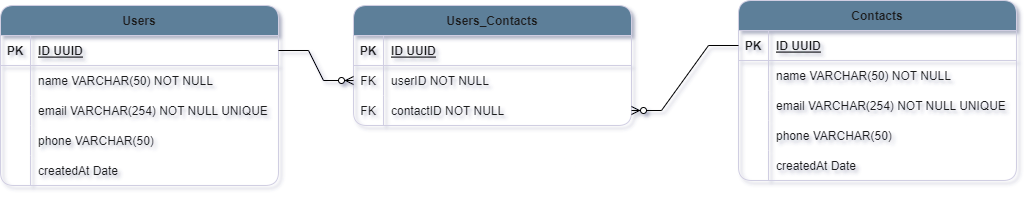
Above: Contact-Book-diagram.png in henriquejesus128/Contact-Book-API (draw.io), before the change. Source tidied: cells renumbered, new cells last; positions are measured from the earlier drawing's top-left corner, leaving out a move shared by most shapes. Its diagram source:
```xml
<mxGraphModel background="#ffffff" shadow="1">
  <root>
    <mxCell id="0" />
    <mxCell id="1" parent="0" />
    <mxCell id="2" value="Users" style="shape=table;startSize=30;rowLines=0;fontStyle=1;align=center;labelBackgroundColor=none;fillColor=#5D7F99;strokeColor=#D0CEE2;fontColor=#1A1A1A;rounded=1;" parent="1" vertex="1">
      <mxGeometry y="5" width="278" height="180" as="geometry" />
    </mxCell>
    <mxCell id="3" style="shape=partialRectangle;fillColor=none;points=[[0,0.5],[1,0.5]];portConstraint=eastwest;top=0;left=0;right=0;bottom=1;labelBackgroundColor=none;strokeColor=#D0CEE2;fontColor=#1A1A1A;rounded=1;" parent="2" vertex="1">
      <mxGeometry y="30" width="278" height="30" as="geometry" />
    </mxCell>
    <mxCell id="4" value="PK" style="shape=partialRectangle;overflow=hidden;fillColor=none;top=0;left=0;bottom=0;right=0;fontStyle=1;labelBackgroundColor=none;strokeColor=#D0CEE2;fontColor=#1A1A1A;rounded=1;" parent="3" vertex="1">
      <mxGeometry width="30" height="30" as="geometry" />
    </mxCell>
    <mxCell id="5" value="ID UUID" style="shape=partialRectangle;overflow=hidden;fillColor=none;top=0;left=0;bottom=0;right=0;align=left;spacingLeft=6;fontStyle=5;labelBackgroundColor=none;strokeColor=#D0CEE2;fontColor=#1A1A1A;rounded=1;" parent="3" vertex="1">
      <mxGeometry x="30" width="248" height="30" as="geometry" />
    </mxCell>
    <mxCell id="6" style="shape=partialRectangle;fillColor=none;top=0;left=0;right=0;bottom=0;labelBackgroundColor=none;strokeColor=#D0CEE2;fontColor=#1A1A1A;rounded=1;" parent="2" vertex="1">
      <mxGeometry y="60" width="278" height="30" as="geometry" />
    </mxCell>
    <mxCell id="7" style="shape=partialRectangle;overflow=hidden;fillColor=none;top=0;left=0;bottom=0;right=0;labelBackgroundColor=none;strokeColor=#D0CEE2;fontColor=#1A1A1A;rounded=1;" parent="6" vertex="1">
      <mxGeometry width="30" height="30" as="geometry" />
    </mxCell>
    <mxCell id="8" value="name VARCHAR(50) NOT NULL" style="shape=partialRectangle;overflow=hidden;fillColor=none;top=0;left=0;bottom=0;right=0;align=left;spacingLeft=6;labelBackgroundColor=none;strokeColor=#D0CEE2;fontColor=#1A1A1A;rounded=1;" parent="6" vertex="1">
      <mxGeometry x="30" width="248" height="30" as="geometry" />
    </mxCell>
    <mxCell id="9" style="shape=partialRectangle;fillColor=none;top=0;left=0;right=0;bottom=0;labelBackgroundColor=none;strokeColor=#D0CEE2;fontColor=#1A1A1A;rounded=1;" parent="2" vertex="1">
      <mxGeometry y="90" width="278" height="30" as="geometry" />
    </mxCell>
    <mxCell id="10" style="shape=partialRectangle;overflow=hidden;fillColor=none;top=0;left=0;bottom=0;right=0;labelBackgroundColor=none;strokeColor=#D0CEE2;fontColor=#1A1A1A;rounded=1;" parent="9" vertex="1">
      <mxGeometry width="30" height="30" as="geometry" />
    </mxCell>
    <mxCell id="11" value="email VARCHAR(254) NOT NULL UNIQUE" style="shape=partialRectangle;overflow=hidden;fillColor=none;top=0;left=0;bottom=0;right=0;align=left;spacingLeft=6;labelBackgroundColor=none;strokeColor=#D0CEE2;fontColor=#1A1A1A;rounded=1;" parent="9" vertex="1">
      <mxGeometry x="30" width="248" height="30" as="geometry" />
    </mxCell>
    <mxCell id="12" style="shape=partialRectangle;fillColor=none;top=0;left=0;right=0;bottom=0;labelBackgroundColor=none;strokeColor=#D0CEE2;fontColor=#1A1A1A;rounded=1;" parent="2" vertex="1">
      <mxGeometry y="120" width="278" height="30" as="geometry" />
    </mxCell>
    <mxCell id="13" style="shape=partialRectangle;overflow=hidden;fillColor=none;top=0;left=0;bottom=0;right=0;labelBackgroundColor=none;strokeColor=#D0CEE2;fontColor=#1A1A1A;rounded=1;" parent="12" vertex="1">
      <mxGeometry width="30" height="30" as="geometry" />
    </mxCell>
    <mxCell id="14" value="phone VARCHAR(50)" style="shape=partialRectangle;overflow=hidden;fillColor=none;top=0;left=0;bottom=0;right=0;align=left;spacingLeft=6;labelBackgroundColor=none;strokeColor=#D0CEE2;fontColor=#1A1A1A;rounded=1;" parent="12" vertex="1">
      <mxGeometry x="30" width="248" height="30" as="geometry" />
    </mxCell>
    <mxCell id="15" style="shape=partialRectangle;fillColor=none;top=0;left=0;right=0;bottom=0;labelBackgroundColor=none;strokeColor=#D0CEE2;fontColor=#1A1A1A;rounded=1;" parent="2" vertex="1">
      <mxGeometry y="150" width="278" height="30" as="geometry" />
    </mxCell>
    <mxCell id="16" style="shape=partialRectangle;overflow=hidden;fillColor=none;top=0;left=0;bottom=0;right=0;labelBackgroundColor=none;strokeColor=#D0CEE2;fontColor=#1A1A1A;rounded=1;" parent="15" vertex="1">
      <mxGeometry width="30" height="30" as="geometry" />
    </mxCell>
    <mxCell id="17" value="createdAt Date" style="shape=partialRectangle;overflow=hidden;fillColor=none;top=0;left=0;bottom=0;right=0;align=left;spacingLeft=6;labelBackgroundColor=none;strokeColor=#D0CEE2;fontColor=#1A1A1A;rounded=1;" parent="15" vertex="1">
      <mxGeometry x="30" width="248" height="30" as="geometry" />
    </mxCell>
    <mxCell id="18" value="Contacts" style="shape=table;startSize=30;rowLines=0;fontStyle=1;align=center;labelBackgroundColor=none;fillColor=#5D7F99;strokeColor=#D0CEE2;fontColor=#1A1A1A;rounded=1;" parent="1" vertex="1">
      <mxGeometry x="738" width="278" height="180" as="geometry" />
    </mxCell>
    <mxCell id="19" style="shape=partialRectangle;fillColor=none;points=[[0,0.5],[1,0.5]];portConstraint=eastwest;top=0;left=0;right=0;bottom=1;labelBackgroundColor=none;strokeColor=#D0CEE2;fontColor=#1A1A1A;rounded=1;" parent="18" vertex="1">
      <mxGeometry y="30" width="278" height="30" as="geometry" />
    </mxCell>
    <mxCell id="20" value="PK" style="shape=partialRectangle;overflow=hidden;fillColor=none;top=0;left=0;bottom=0;right=0;fontStyle=1;labelBackgroundColor=none;strokeColor=#D0CEE2;fontColor=#1A1A1A;rounded=1;" parent="19" vertex="1">
      <mxGeometry width="30" height="30" as="geometry" />
    </mxCell>
    <mxCell id="21" value="ID UUID" style="shape=partialRectangle;overflow=hidden;fillColor=none;top=0;left=0;bottom=0;right=0;align=left;spacingLeft=6;fontStyle=5;labelBackgroundColor=none;strokeColor=#D0CEE2;fontColor=#1A1A1A;rounded=1;" parent="19" vertex="1">
      <mxGeometry x="30" width="248" height="30" as="geometry" />
    </mxCell>
    <mxCell id="22" style="shape=partialRectangle;fillColor=none;top=0;left=0;right=0;bottom=0;labelBackgroundColor=none;strokeColor=#D0CEE2;fontColor=#1A1A1A;rounded=1;" parent="18" vertex="1">
      <mxGeometry y="60" width="278" height="30" as="geometry" />
    </mxCell>
    <mxCell id="23" style="shape=partialRectangle;overflow=hidden;fillColor=none;top=0;left=0;bottom=0;right=0;labelBackgroundColor=none;strokeColor=#D0CEE2;fontColor=#1A1A1A;rounded=1;" parent="22" vertex="1">
      <mxGeometry width="30" height="30" as="geometry" />
    </mxCell>
    <mxCell id="24" value="name VARCHAR(50) NOT NULL" style="shape=partialRectangle;overflow=hidden;fillColor=none;top=0;left=0;bottom=0;right=0;align=left;spacingLeft=6;labelBackgroundColor=none;strokeColor=#D0CEE2;fontColor=#1A1A1A;rounded=1;" parent="22" vertex="1">
      <mxGeometry x="30" width="248" height="30" as="geometry" />
    </mxCell>
    <mxCell id="25" style="shape=partialRectangle;fillColor=none;top=0;left=0;right=0;bottom=0;labelBackgroundColor=none;strokeColor=#D0CEE2;fontColor=#1A1A1A;rounded=1;" parent="18" vertex="1">
      <mxGeometry y="90" width="278" height="30" as="geometry" />
    </mxCell>
    <mxCell id="26" style="shape=partialRectangle;overflow=hidden;fillColor=none;top=0;left=0;bottom=0;right=0;labelBackgroundColor=none;strokeColor=#D0CEE2;fontColor=#1A1A1A;rounded=1;" parent="25" vertex="1">
      <mxGeometry width="30" height="30" as="geometry" />
    </mxCell>
    <mxCell id="27" value="email VARCHAR(254) NOT NULL UNIQUE" style="shape=partialRectangle;overflow=hidden;fillColor=none;top=0;left=0;bottom=0;right=0;align=left;spacingLeft=6;labelBackgroundColor=none;strokeColor=#D0CEE2;fontColor=#1A1A1A;rounded=1;" parent="25" vertex="1">
      <mxGeometry x="30" width="248" height="30" as="geometry" />
    </mxCell>
    <mxCell id="28" style="shape=partialRectangle;fillColor=none;top=0;left=0;right=0;bottom=0;labelBackgroundColor=none;strokeColor=#D0CEE2;fontColor=#1A1A1A;rounded=1;" parent="18" vertex="1">
      <mxGeometry y="120" width="278" height="30" as="geometry" />
    </mxCell>
    <mxCell id="29" style="shape=partialRectangle;overflow=hidden;fillColor=none;top=0;left=0;bottom=0;right=0;labelBackgroundColor=none;strokeColor=#D0CEE2;fontColor=#1A1A1A;rounded=1;" parent="28" vertex="1">
      <mxGeometry width="30" height="30" as="geometry" />
    </mxCell>
    <mxCell id="30" value="phone VARCHAR(50)" style="shape=partialRectangle;overflow=hidden;fillColor=none;top=0;left=0;bottom=0;right=0;align=left;spacingLeft=6;labelBackgroundColor=none;strokeColor=#D0CEE2;fontColor=#1A1A1A;rounded=1;" parent="28" vertex="1">
      <mxGeometry x="30" width="248" height="30" as="geometry" />
    </mxCell>
    <mxCell id="31" style="shape=partialRectangle;fillColor=none;top=0;left=0;right=0;bottom=0;labelBackgroundColor=none;strokeColor=#D0CEE2;fontColor=#1A1A1A;rounded=1;" parent="18" vertex="1">
      <mxGeometry y="150" width="278" height="30" as="geometry" />
    </mxCell>
    <mxCell id="32" style="shape=partialRectangle;overflow=hidden;fillColor=none;top=0;left=0;bottom=0;right=0;labelBackgroundColor=none;strokeColor=#D0CEE2;fontColor=#1A1A1A;rounded=1;" parent="31" vertex="1">
      <mxGeometry width="30" height="30" as="geometry" />
    </mxCell>
    <mxCell id="33" value="createdAt Date" style="shape=partialRectangle;overflow=hidden;fillColor=none;top=0;left=0;bottom=0;right=0;align=left;spacingLeft=6;labelBackgroundColor=none;strokeColor=#D0CEE2;fontColor=#1A1A1A;rounded=1;" parent="31" vertex="1">
      <mxGeometry x="30" width="248" height="30" as="geometry" />
    </mxCell>
    <mxCell id="34" style="edgeStyle=entityRelationEdgeStyle;fontSize=12;html=1;endArrow=ERzeroToMany;endFill=1;rounded=0;entryX=-0.004;entryY=0.76;entryDx=0;entryDy=0;exitX=1;exitY=0.5;exitDx=0;exitDy=0;entryPerimeter=0;" parent="1" edge="1" source="x" target="39">
      <mxGeometry relative="1" as="geometry" />
    </mxCell>
    <mxCell id="35" value="Users_Contacts" style="shape=table;startSize=30;rowLines=0;fontStyle=1;align=center;labelBackgroundColor=none;fillColor=#5D7F99;strokeColor=#D0CEE2;fontColor=#1A1A1A;rounded=1;" parent="1" vertex="1">
      <mxGeometry x="353" y="5" width="278" height="120" as="geometry" />
    </mxCell>
    <mxCell id="36" style="shape=partialRectangle;fillColor=none;top=0;left=0;right=0;bottom=1;labelBackgroundColor=none;strokeColor=#D0CEE2;fontColor=#1A1A1A;rounded=1;" parent="35" vertex="1">
      <mxGeometry y="30" width="278" height="30" as="geometry" />
    </mxCell>
    <mxCell id="37" value="PK" style="shape=partialRectangle;overflow=hidden;fillColor=none;top=0;left=0;bottom=0;right=0;fontStyle=1;labelBackgroundColor=none;strokeColor=#D0CEE2;fontColor=#1A1A1A;rounded=1;" parent="36" vertex="1">
      <mxGeometry width="30" height="30" as="geometry" />
    </mxCell>
    <mxCell id="38" value="ID UUID" style="shape=partialRectangle;overflow=hidden;fillColor=none;top=0;left=0;bottom=0;right=0;align=left;spacingLeft=6;fontStyle=5;labelBackgroundColor=none;strokeColor=#D0CEE2;fontColor=#1A1A1A;rounded=1;" parent="36" vertex="1">
      <mxGeometry x="30" width="248" height="30" as="geometry" />
    </mxCell>
    <mxCell id="39" style="shape=partialRectangle;fillColor=none;points=[[0,0.5],[1,0.5]];portConstraint=eastwest;top=0;left=0;right=0;bottom=0;labelBackgroundColor=none;strokeColor=#D0CEE2;fontColor=#1A1A1A;rounded=1;" parent="35" vertex="1">
      <mxGeometry y="60" width="278" height="30" as="geometry" />
    </mxCell>
    <mxCell id="40" value="FK" style="shape=partialRectangle;overflow=hidden;fillColor=none;top=0;left=0;bottom=0;right=0;labelBackgroundColor=none;strokeColor=#D0CEE2;fontColor=#1A1A1A;rounded=1;" parent="39" vertex="1">
      <mxGeometry width="30" height="30" as="geometry" />
    </mxCell>
    <mxCell id="41" value="userID NOT NULL" style="shape=partialRectangle;overflow=hidden;fillColor=none;top=0;left=0;bottom=0;right=0;align=left;spacingLeft=6;labelBackgroundColor=none;strokeColor=#D0CEE2;fontColor=#1A1A1A;rounded=1;" parent="39" vertex="1">
      <mxGeometry x="30" width="248" height="30" as="geometry" />
    </mxCell>
    <mxCell id="42" style="shape=partialRectangle;fillColor=none;points=[[0,0.5],[1,0.5]];portConstraint=eastwest;top=0;left=0;right=0;bottom=0;labelBackgroundColor=none;strokeColor=#D0CEE2;fontColor=#1A1A1A;rounded=1;" parent="35" vertex="1">
      <mxGeometry y="90" width="278" height="30" as="geometry" />
    </mxCell>
    <mxCell id="43" value="FK" style="shape=partialRectangle;overflow=hidden;fillColor=none;top=0;left=0;bottom=0;right=0;labelBackgroundColor=none;strokeColor=#D0CEE2;fontColor=#1A1A1A;rounded=1;" parent="42" vertex="1">
      <mxGeometry width="30" height="30" as="geometry" />
    </mxCell>
    <mxCell id="44" value="contactID NOT NULL" style="shape=partialRectangle;overflow=hidden;fillColor=none;top=0;left=0;bottom=0;right=0;align=left;spacingLeft=6;labelBackgroundColor=none;strokeColor=#D0CEE2;fontColor=#1A1A1A;rounded=1;" parent="42" vertex="1">
      <mxGeometry x="30" width="248" height="30" as="geometry" />
    </mxCell>
    <mxCell id="45" style="edgeStyle=entityRelationEdgeStyle;fontSize=12;html=1;endArrow=ERzeroToMany;endFill=1;rounded=0;exitX=0;exitY=0.5;exitDx=0;exitDy=0;" parent="1" edge="1" source="19" target="42">
      <mxGeometry relative="1" as="geometry" />
    </mxCell>
    <mxCell id="46" style="edgeStyle=entityRelationEdgeStyle;fontSize=12;html=1;endArrow=ERzeroToMany;endFill=1;rounded=0;entryX=0;entryY=0.5;entryDx=0;entryDy=0;" parent="1" edge="1" source="3" target="39">
      <mxGeometry relative="1" as="geometry" />
    </mxCell>
  </root>
</mxGraphModel>
```
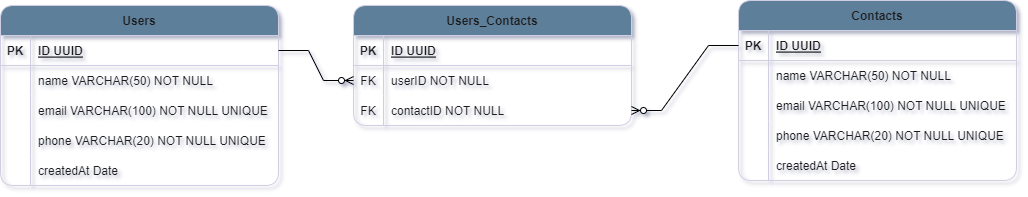
After the commit.

Change to the diagram source:
```diff
@@ -29,7 +29,7 @@
     <mxCell id="10" style="shape=partialRectangle;overflow=hidden;fillColor=none;top=0;left=0;bottom=0;right=0;labelBackgroundColor=none;strokeColor=#D0CEE2;fontColor=#1A1A1A;rounded=1;" parent="9" vertex="1">
       <mxGeometry width="30" height="30" as="geometry" />
     </mxCell>
-    <mxCell id="11" value="email VARCHAR(254) NOT NULL UNIQUE" style="shape=partialRectangle;overflow=hidden;fillColor=none;top=0;left=0;bottom=0;right=0;align=left;spacingLeft=6;labelBackgroundColor=none;strokeColor=#D0CEE2;fontColor=#1A1A1A;rounded=1;" parent="9" vertex="1">
+    <mxCell id="11" value="email VARCHAR(100) NOT NULL UNIQUE" style="shape=partialRectangle;overflow=hidden;fillColor=none;top=0;left=0;bottom=0;right=0;align=left;spacingLeft=6;labelBackgroundColor=none;strokeColor=#D0CEE2;fontColor=#1A1A1A;rounded=1;" parent="9" vertex="1">
       <mxGeometry x="30" width="248" height="30" as="geometry" />
     </mxCell>
     <mxCell id="12" style="shape=partialRectangle;fillColor=none;top=0;left=0;right=0;bottom=0;labelBackgroundColor=none;strokeColor=#D0CEE2;fontColor=#1A1A1A;rounded=1;" parent="2" vertex="1">
@@ -38,7 +38,7 @@
     <mxCell id="13" style="shape=partialRectangle;overflow=hidden;fillColor=none;top=0;left=0;bottom=0;right=0;labelBackgroundColor=none;strokeColor=#D0CEE2;fontColor=#1A1A1A;rounded=1;" parent="12" vertex="1">
       <mxGeometry width="30" height="30" as="geometry" />
     </mxCell>
-    <mxCell id="14" value="phone VARCHAR(50)" style="shape=partialRectangle;overflow=hidden;fillColor=none;top=0;left=0;bottom=0;right=0;align=left;spacingLeft=6;labelBackgroundColor=none;strokeColor=#D0CEE2;fontColor=#1A1A1A;rounded=1;" parent="12" vertex="1">
+    <mxCell id="14" value="phone VARCHAR(20) NOT NULL UNIQUE" style="shape=partialRectangle;overflow=hidden;fillColor=none;top=0;left=0;bottom=0;right=0;align=left;spacingLeft=6;labelBackgroundColor=none;strokeColor=#D0CEE2;fontColor=#1A1A1A;rounded=1;" parent="12" vertex="1">
       <mxGeometry x="30" width="248" height="30" as="geometry" />
     </mxCell>
     <mxCell id="15" style="shape=partialRectangle;fillColor=none;top=0;left=0;right=0;bottom=0;labelBackgroundColor=none;strokeColor=#D0CEE2;fontColor=#1A1A1A;rounded=1;" parent="2" vertex="1">
@@ -77,7 +77,7 @@
     <mxCell id="26" style="shape=partialRectangle;overflow=hidden;fillColor=none;top=0;left=0;bottom=0;right=0;labelBackgroundColor=none;strokeColor=#D0CEE2;fontColor=#1A1A1A;rounded=1;" parent="25" vertex="1">
       <mxGeometry width="30" height="30" as="geometry" />
     </mxCell>
-    <mxCell id="27" value="email VARCHAR(254) NOT NULL UNIQUE" style="shape=partialRectangle;overflow=hidden;fillColor=none;top=0;left=0;bottom=0;right=0;align=left;spacingLeft=6;labelBackgroundColor=none;strokeColor=#D0CEE2;fontColor=#1A1A1A;rounded=1;" parent="25" vertex="1">
+    <mxCell id="27" value="email VARCHAR(100) NOT NULL UNIQUE" style="shape=partialRectangle;overflow=hidden;fillColor=none;top=0;left=0;bottom=0;right=0;align=left;spacingLeft=6;labelBackgroundColor=none;strokeColor=#D0CEE2;fontColor=#1A1A1A;rounded=1;" parent="25" vertex="1">
       <mxGeometry x="30" width="248" height="30" as="geometry" />
     </mxCell>
     <mxCell id="28" style="shape=partialRectangle;fillColor=none;top=0;left=0;right=0;bottom=0;labelBackgroundColor=none;strokeColor=#D0CEE2;fontColor=#1A1A1A;rounded=1;" parent="18" vertex="1">
@@ -86,7 +86,7 @@
     <mxCell id="29" style="shape=partialRectangle;overflow=hidden;fillColor=none;top=0;left=0;bottom=0;right=0;labelBackgroundColor=none;strokeColor=#D0CEE2;fontColor=#1A1A1A;rounded=1;" parent="28" vertex="1">
       <mxGeometry width="30" height="30" as="geometry" />
     </mxCell>
-    <mxCell id="30" value="phone VARCHAR(50)" style="shape=partialRectangle;overflow=hidden;fillColor=none;top=0;left=0;bottom=0;right=0;align=left;spacingLeft=6;labelBackgroundColor=none;strokeColor=#D0CEE2;fontColor=#1A1A1A;rounded=1;" parent="28" vertex="1">
+    <mxCell id="30" value="phone VARCHAR(20) NOT NULL UNIQUE" style="shape=partialRectangle;overflow=hidden;fillColor=none;top=0;left=0;bottom=0;right=0;align=left;spacingLeft=6;labelBackgroundColor=none;strokeColor=#D0CEE2;fontColor=#1A1A1A;rounded=1;" parent="28" vertex="1">
       <mxGeometry x="30" width="248" height="30" as="geometry" />
     </mxCell>
     <mxCell id="31" style="shape=partialRectangle;fillColor=none;top=0;left=0;right=0;bottom=0;labelBackgroundColor=none;strokeColor=#D0CEE2;fontColor=#1A1A1A;rounded=1;" parent="18" vertex="1">
@@ -98,9 +98,6 @@
     <mxCell id="33" value="createdAt Date" style="shape=partialRectangle;overflow=hidden;fillColor=none;top=0;left=0;bottom=0;right=0;align=left;spacingLeft=6;labelBackgroundColor=none;strokeColor=#D0CEE2;fontColor=#1A1A1A;rounded=1;" parent="31" vertex="1">
       <mxGeometry x="30" width="248" height="30" as="geometry" />
     </mxCell>
-    <mxCell id="34" style="edgeStyle=entityRelationEdgeStyle;fontSize=12;html=1;endArrow=ERzeroToMany;endFill=1;rounded=0;entryX=-0.004;entryY=0.76;entryDx=0;entryDy=0;exitX=1;exitY=0.5;exitDx=0;exitDy=0;entryPerimeter=0;" parent="1" edge="1" source="x" target="39">
-      <mxGeometry relative="1" as="geometry" />
-    </mxCell>
     <mxCell id="35" value="Users_Contacts" style="shape=table;startSize=30;rowLines=0;fontStyle=1;align=center;labelBackgroundColor=none;fillColor=#5D7F99;strokeColor=#D0CEE2;fontColor=#1A1A1A;rounded=1;" parent="1" vertex="1">
       <mxGeometry x="353" y="5" width="278" height="120" as="geometry" />
     </mxCell>
```
